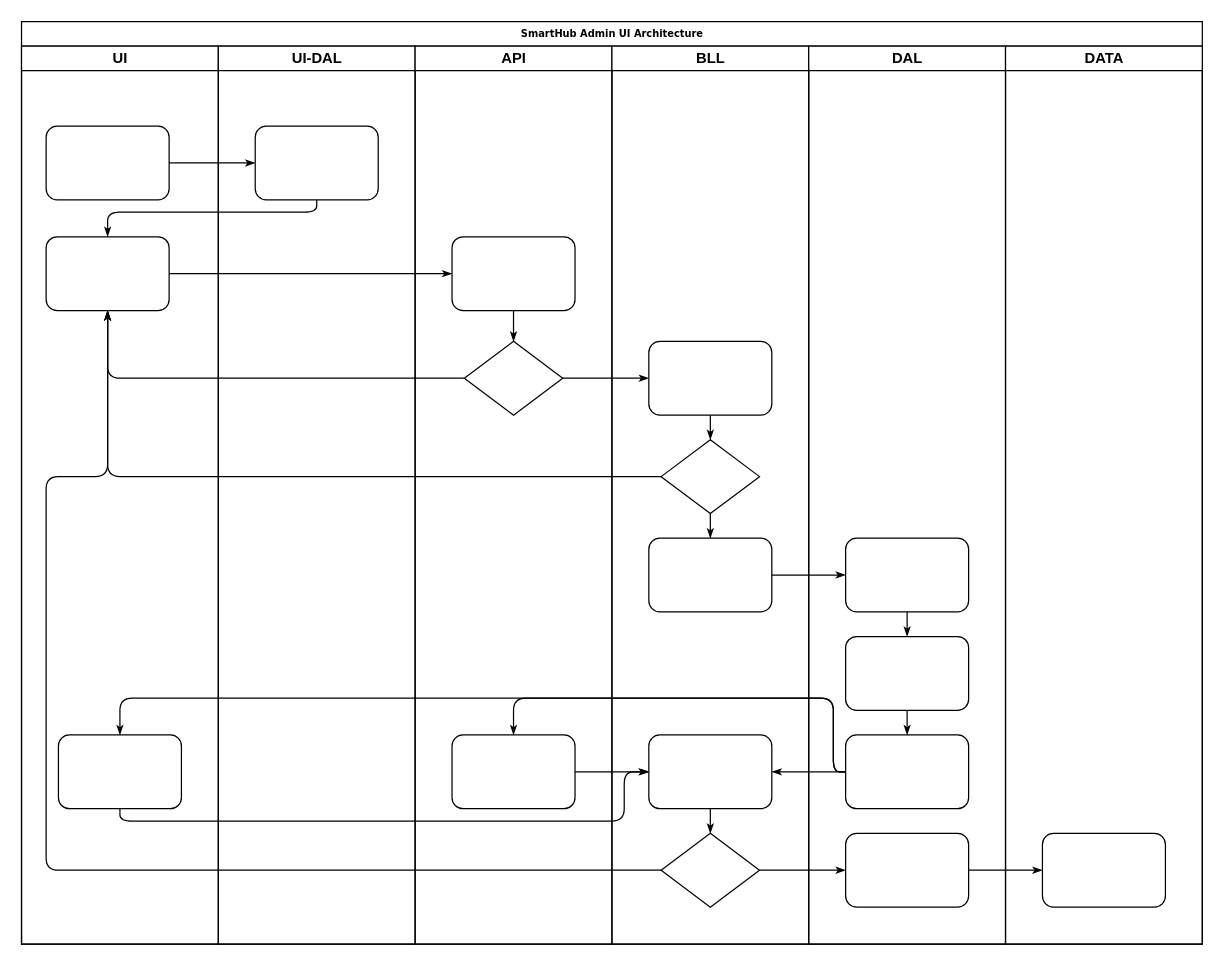
Earlier version of the draw.io diagram SHAdminUI-Architecture.drawio (Cyrolies/TigersFreightDocs). Source tidied: cells renumbered, new cells numbered last; positions are measured from the earlier drawing's top-left corner, leaving out a move shared by most shapes. Both pictures are drawn from the tidied source at 123%, with x=0, y=0 at pixel (21, 21).
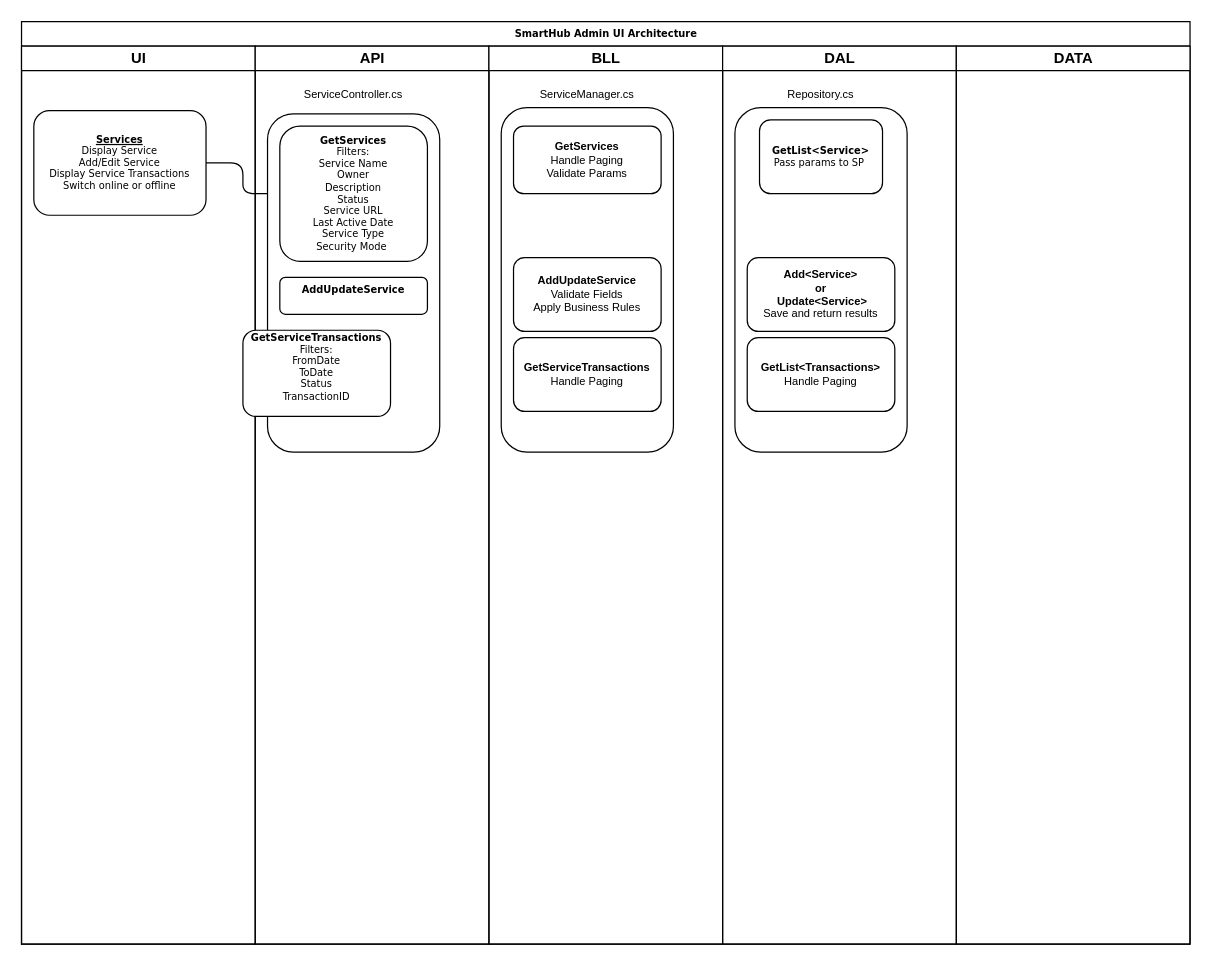
After the change.

What changed in the source:
```diff
@@
     <mxCell id="2" value="SmartHub Admin UI Architecture" style="swimlane;html=1;startSize=20;rounded=0;shadow=0;labelBackgroundColor=none;strokeColor=#000000;strokeWidth=1;fillColor=#ffffff;fontFamily=Verdana;fontSize=8;fontColor=#000000;align=center;" parent="1" vertex="1">
-      <mxGeometry width="960" height="750" as="geometry" />
+      <mxGeometry width="950" height="750" as="geometry" />
     </mxCell>
     <mxCell id="3" value="UI" style="swimlane;html=1;startSize=20;" parent="2" vertex="1">
-      <mxGeometry y="20" width="160" height="730" as="geometry" />
+      <mxGeometry y="20" width="190" height="730" as="geometry" />
     </mxCell>
-    <mxCell id="4" style="rounded=1;whiteSpace=wrap;html=1;shadow=0;labelBackgroundColor=none;strokeColor=#000000;strokeWidth=1;fillColor=#ffffff;fontFamily=Verdana;fontSize=8;fontColor=#000000;align=center;" parent="3" vertex="1">
-      <mxGeometry x="20" y="65" width="100" height="60" as="geometry" />
+    <mxCell id="4" value="&lt;b&gt;&lt;u&gt;Services&lt;/u&gt;&lt;/b&gt;&lt;br&gt;Display Service&lt;br&gt;Add/Edit Service&lt;br&gt;Display Service Transactions&lt;br&gt;Switch online or offline" style="rounded=1;whiteSpace=wrap;html=1;shadow=0;labelBackgroundColor=none;strokeColor=#000000;strokeWidth=1;fillColor=#ffffff;fontFamily=Verdana;fontSize=8;fontColor=#000000;align=center;" parent="3" vertex="1">
+      <mxGeometry x="10" y="52.5" width="140" height="85" as="geometry" />
     </mxCell>
-    <mxCell id="5" style="rounded=1;whiteSpace=wrap;html=1;shadow=0;labelBackgroundColor=none;strokeColor=#000000;strokeWidth=1;fillColor=#ffffff;fontFamily=Verdana;fontSize=8;fontColor=#000000;align=center;" parent="3" vertex="1">
-      <mxGeometry x="20" y="155" width="100" height="60" as="geometry" />
-    </mxCell>
-    <mxCell id="6" style="rounded=1;whiteSpace=wrap;html=1;shadow=0;labelBackgroundColor=none;strokeColor=#000000;strokeWidth=1;fillColor=#ffffff;fontFamily=Verdana;fontSize=8;fontColor=#000000;align=center;" parent="3" vertex="1">
-      <mxGeometry x="30" y="560" width="100" height="60" as="geometry" />
-    </mxCell>
@@
-    <mxCell id="8" style="edgeStyle=orthogonalEdgeStyle;rounded=1;html=1;labelBackgroundColor=none;startArrow=none;startFill=0;startSize=5;endArrow=classicThin;endFill=1;endSize=5;jettySize=auto;strokeColor=#000000;strokeWidth=1;fontFamily=Verdana;fontSize=8;fontColor=#000000;" parent="2" edge="1" source="23" target="5">
-      <mxGeometry relative="1" as="geometry">
-        <Array as="points">
-          <mxPoint x="240" y="155" />
-          <mxPoint x="70" y="155" />
-        </Array>
-      </mxGeometry>
-    </mxCell>
-    <mxCell id="9" style="edgeStyle=orthogonalEdgeStyle;rounded=1;html=1;labelBackgroundColor=none;startArrow=none;startFill=0;startSize=5;endArrow=classicThin;endFill=1;endSize=5;jettySize=auto;strokeColor=#000000;strokeWidth=1;fontFamily=Verdana;fontSize=8;fontColor=#000000;" parent="2" edge="1" source="5" target="25">
-      <mxGeometry relative="1" as="geometry" />
-    </mxCell>
-    <mxCell id="10" style="edgeStyle=orthogonalEdgeStyle;rounded=1;html=1;labelBackgroundColor=none;startArrow=none;startFill=0;startSize=5;endArrow=classicThin;endFill=1;endSize=5;jettySize=auto;strokeColor=#000000;strokeWidth=1;fontFamily=Verdana;fontSize=8;fontColor=#000000;" parent="2" edge="1" source="26" target="5">
-      <mxGeometry relative="1" as="geometry" />
-    </mxCell>
-    <mxCell id="11" style="edgeStyle=orthogonalEdgeStyle;rounded=1;html=1;labelBackgroundColor=none;startArrow=none;startFill=0;startSize=5;endArrow=classicThin;endFill=1;endSize=5;jettySize=auto;strokeColor=#000000;strokeWidth=1;fontFamily=Verdana;fontSize=8;fontColor=#000000;" parent="2" edge="1" source="31" target="5">
-      <mxGeometry relative="1" as="geometry" />
-    </mxCell>
-    <mxCell id="12" style="edgeStyle=orthogonalEdgeStyle;rounded=1;html=1;labelBackgroundColor=none;startArrow=none;startFill=0;startSize=5;endArrow=classicThin;endFill=1;endSize=5;jettySize=auto;strokeColor=#000000;strokeWidth=1;fontFamily=Verdana;fontSize=8;fontColor=#000000;" parent="2" edge="1" source="34" target="5">
-      <mxGeometry relative="1" as="geometry">
-        <Array as="points">
-          <mxPoint x="20" y="690" />
-          <mxPoint x="20" y="370" />
-          <mxPoint x="70" y="370" />
-        </Array>
-      </mxGeometry>
-    </mxCell>
-    <mxCell id="13" style="edgeStyle=orthogonalEdgeStyle;rounded=1;html=1;labelBackgroundColor=none;startArrow=none;startFill=0;startSize=5;endArrow=classicThin;endFill=1;endSize=5;jettySize=auto;strokeColor=#000000;strokeWidth=1;fontFamily=Verdana;fontSize=8;fontColor=#000000;" parent="2" edge="1" source="26" target="30">
-      <mxGeometry relative="1" as="geometry" />
-    </mxCell>
-    <mxCell id="14" style="edgeStyle=orthogonalEdgeStyle;rounded=1;html=1;labelBackgroundColor=none;startArrow=none;startFill=0;startSize=5;endArrow=classicThin;endFill=1;endSize=5;jettySize=auto;strokeColor=#000000;strokeWidth=1;fontFamily=Verdana;fontSize=8;fontColor=#000000;" parent="2" edge="1" source="34" target="42">
-      <mxGeometry relative="1" as="geometry" />
-    </mxCell>
-    <mxCell id="15" style="edgeStyle=orthogonalEdgeStyle;rounded=1;html=1;labelBackgroundColor=none;startArrow=none;startFill=0;startSize=5;endArrow=classicThin;endFill=1;endSize=5;jettySize=auto;strokeColor=#000000;strokeWidth=1;fontFamily=Verdana;fontSize=8;fontColor=#000000;" parent="2" edge="1" source="42" target="46">
-      <mxGeometry relative="1" as="geometry" />
-    </mxCell>
-    <mxCell id="16" style="edgeStyle=orthogonalEdgeStyle;rounded=1;html=1;labelBackgroundColor=none;startArrow=none;startFill=0;startSize=5;endArrow=classicThin;endFill=1;endSize=5;jettySize=auto;strokeColor=#000000;strokeWidth=1;fontFamily=Verdana;fontSize=8;fontColor=#000000;" parent="2" edge="1" source="32" target="39">
-      <mxGeometry relative="1" as="geometry" />
-    </mxCell>
-    <mxCell id="17" style="edgeStyle=orthogonalEdgeStyle;rounded=1;html=1;labelBackgroundColor=none;startArrow=none;startFill=0;startSize=5;endArrow=classicThin;endFill=1;endSize=5;jettySize=auto;strokeColor=#000000;strokeWidth=1;fontFamily=Verdana;fontSize=8;fontColor=#000000;" parent="2" edge="1" source="41" target="27">
-      <mxGeometry relative="1" as="geometry">
-        <Array as="points">
-          <mxPoint x="660" y="610" />
-          <mxPoint x="660" y="550" />
-          <mxPoint x="400" y="550" />
-        </Array>
-      </mxGeometry>
-    </mxCell>
-    <mxCell id="18" style="edgeStyle=orthogonalEdgeStyle;rounded=1;html=1;labelBackgroundColor=none;startArrow=none;startFill=0;startSize=5;endArrow=classicThin;endFill=1;endSize=5;jettySize=auto;strokeColor=#000000;strokeWidth=1;fontFamily=Verdana;fontSize=8;fontColor=#000000;" parent="2" edge="1" source="41" target="33">
-      <mxGeometry relative="1" as="geometry" />
-    </mxCell>
-    <mxCell id="19" style="edgeStyle=orthogonalEdgeStyle;rounded=1;html=1;labelBackgroundColor=none;startArrow=none;startFill=0;startSize=5;endArrow=classicThin;endFill=1;endSize=5;jettySize=auto;strokeColor=#000000;strokeWidth=1;fontFamily=Verdana;fontSize=8;fontColor=#000000;" parent="2" edge="1" source="41" target="6">
-      <mxGeometry relative="1" as="geometry">
-        <Array as="points">
-          <mxPoint x="660" y="610" />
-          <mxPoint x="660" y="550" />
-          <mxPoint x="80" y="550" />
-        </Array>
-      </mxGeometry>
-    </mxCell>
-    <mxCell id="20" style="edgeStyle=orthogonalEdgeStyle;rounded=1;html=1;labelBackgroundColor=none;startArrow=none;startFill=0;startSize=5;endArrow=classicThin;endFill=1;endSize=5;jettySize=auto;strokeColor=#000000;strokeWidth=1;fontFamily=Verdana;fontSize=8;fontColor=#000000;" parent="2" edge="1" source="6" target="33">
-      <mxGeometry relative="1" as="geometry">
-        <Array as="points">
-          <mxPoint x="80" y="650" />
-          <mxPoint x="490" y="650" />
-          <mxPoint x="490" y="610" />
-        </Array>
-      </mxGeometry>
-    </mxCell>
-    <mxCell id="21" style="edgeStyle=orthogonalEdgeStyle;rounded=1;html=1;labelBackgroundColor=none;startArrow=none;startFill=0;startSize=5;endArrow=classicThin;endFill=1;endSize=5;jettySize=auto;strokeColor=#000000;strokeWidth=1;fontFamily=Verdana;fontSize=8;fontColor=#000000;" parent="2" edge="1" source="27" target="33">
-      <mxGeometry relative="1" as="geometry" />
-    </mxCell>
-    <mxCell id="22" value="UI-DAL" style="swimlane;html=1;startSize=20;" parent="2" vertex="1">
-      <mxGeometry x="160" y="20" width="160" height="730" as="geometry" />
-    </mxCell>
+    <mxCell id="24" value="API" style="swimlane;html=1;startSize=20;" parent="2" vertex="1">
+      <mxGeometry x="190" y="20" width="190" height="730" as="geometry" />
+    </mxCell>
+    <mxCell id="47" style="rounded=1;whiteSpace=wrap;html=1;fontSize=9;align=center;" parent="24" vertex="1">
+      <mxGeometry x="10" y="55" width="140" height="275" as="geometry" />
+    </mxCell>
-    <mxCell id="23" style="rounded=1;whiteSpace=wrap;html=1;shadow=0;labelBackgroundColor=none;strokeColor=#000000;strokeWidth=1;fillColor=#ffffff;fontFamily=Verdana;fontSize=8;fontColor=#000000;align=center;" parent="22" vertex="1">
-      <mxGeometry x="30" y="65" width="100" height="60" as="geometry" />
+    <mxCell id="23" value="&lt;b&gt;GetServices&lt;br&gt;&lt;/b&gt;Filters:&lt;br&gt;Service Name&lt;br&gt;Owner&lt;br&gt;Description&lt;br&gt;Status&lt;br&gt;Service URL&lt;br&gt;Last Active Date&lt;br&gt;Service Type&lt;br&gt;Security Mode&amp;nbsp;" style="rounded=1;whiteSpace=wrap;html=1;shadow=0;labelBackgroundColor=none;strokeColor=#000000;strokeWidth=1;fillColor=#ffffff;fontFamily=Verdana;fontSize=8;fontColor=#000000;align=center;" parent="24" vertex="1">
+      <mxGeometry x="20" y="65" width="120" height="110" as="geometry" />
     </mxCell>
-    <mxCell id="24" value="API" style="swimlane;html=1;startSize=20;" parent="2" vertex="1">
-      <mxGeometry x="320" y="20" width="160" height="730" as="geometry" />
-    </mxCell>
-    <mxCell id="25" style="rounded=1;whiteSpace=wrap;html=1;shadow=0;labelBackgroundColor=none;strokeColor=#000000;strokeWidth=1;fillColor=#ffffff;fontFamily=Verdana;fontSize=8;fontColor=#000000;align=center;" parent="24" vertex="1">
-      <mxGeometry x="30" y="155" width="100" height="60" as="geometry" />
-    </mxCell>
-    <mxCell id="26" style="rhombus;whiteSpace=wrap;html=1;rounded=0;shadow=0;labelBackgroundColor=none;strokeColor=#000000;strokeWidth=1;fillColor=#ffffff;fontFamily=Verdana;fontSize=8;fontColor=#000000;align=center;" parent="24" vertex="1">
-      <mxGeometry x="40" y="240" width="80" height="60" as="geometry" />
-    </mxCell>
-    <mxCell id="27" style="rounded=1;whiteSpace=wrap;html=1;shadow=0;labelBackgroundColor=none;strokeColor=#000000;strokeWidth=1;fillColor=#ffffff;fontFamily=Verdana;fontSize=8;fontColor=#000000;align=center;" parent="24" vertex="1">
-      <mxGeometry x="30" y="560" width="100" height="60" as="geometry" />
-    </mxCell>
-    <mxCell id="28" style="edgeStyle=orthogonalEdgeStyle;rounded=1;html=1;labelBackgroundColor=none;startArrow=none;startFill=0;startSize=5;endArrow=classicThin;endFill=1;endSize=5;jettySize=auto;strokeColor=#000000;strokeWidth=1;fontFamily=Verdana;fontSize=8;fontColor=#000000;" parent="24" edge="1" source="25" target="26">
-      <mxGeometry relative="1" as="geometry" />
-    </mxCell>
+    <mxCell id="48" value="&lt;b&gt;AddUpdateService&lt;br&gt;&amp;nbsp;&lt;/b&gt;" style="rounded=1;whiteSpace=wrap;html=1;shadow=0;labelBackgroundColor=none;strokeColor=#000000;strokeWidth=1;fillColor=#ffffff;fontFamily=Verdana;fontSize=8;fontColor=#000000;align=center;verticalAlign=middle;" parent="24" vertex="1">
+      <mxGeometry x="20" y="188" width="120" height="30" as="geometry" />
+    </mxCell>
+    <mxCell id="49" value="ServiceController.cs" style="text;html=1;strokeColor=none;fillColor=none;align=center;verticalAlign=middle;whiteSpace=wrap;rounded=0;fontSize=9;" parent="24" vertex="1">
+      <mxGeometry x="60" y="30" width="40" height="20" as="geometry" />
+    </mxCell>
     <mxCell id="29" value="BLL" style="swimlane;html=1;startSize=20;" parent="2" vertex="1">
-      <mxGeometry x="480" y="20" width="160" height="730" as="geometry" />
+      <mxGeometry x="380" y="20" width="190" height="730" as="geometry" />
     </mxCell>
-    <mxCell id="30" style="rounded=1;whiteSpace=wrap;html=1;shadow=0;labelBackgroundColor=none;strokeColor=#000000;strokeWidth=1;fillColor=#ffffff;fontFamily=Verdana;fontSize=8;fontColor=#000000;align=center;" parent="29" vertex="1">
-      <mxGeometry x="30" y="240" width="100" height="60" as="geometry" />
-    </mxCell>
-    <mxCell id="31" style="rhombus;whiteSpace=wrap;html=1;rounded=0;shadow=0;labelBackgroundColor=none;strokeColor=#000000;strokeWidth=1;fillColor=#ffffff;fontFamily=Verdana;fontSize=8;fontColor=#000000;align=center;" parent="29" vertex="1">
-      <mxGeometry x="40" y="320" width="80" height="60" as="geometry" />
-    </mxCell>
-    <mxCell id="32" style="rounded=1;whiteSpace=wrap;html=1;shadow=0;labelBackgroundColor=none;strokeColor=#000000;strokeWidth=1;fillColor=#ffffff;fontFamily=Verdana;fontSize=8;fontColor=#000000;align=center;" parent="29" vertex="1">
-      <mxGeometry x="30" y="400" width="100" height="60" as="geometry" />
-    </mxCell>
-    <mxCell id="33" style="rounded=1;whiteSpace=wrap;html=1;shadow=0;labelBackgroundColor=none;strokeColor=#000000;strokeWidth=1;fillColor=#ffffff;fontFamily=Verdana;fontSize=8;fontColor=#000000;align=center;" parent="29" vertex="1">
-      <mxGeometry x="30" y="560" width="100" height="60" as="geometry" />
-    </mxCell>
-    <mxCell id="34" style="rhombus;whiteSpace=wrap;html=1;rounded=0;shadow=0;labelBackgroundColor=none;strokeColor=#000000;strokeWidth=1;fillColor=#ffffff;fontFamily=Verdana;fontSize=8;fontColor=#000000;align=center;" parent="29" vertex="1">
-      <mxGeometry x="40" y="640" width="80" height="60" as="geometry" />
-    </mxCell>
-    <mxCell id="35" style="edgeStyle=orthogonalEdgeStyle;rounded=1;html=1;labelBackgroundColor=none;startArrow=none;startFill=0;startSize=5;endArrow=classicThin;endFill=1;endSize=5;jettySize=auto;strokeColor=#000000;strokeWidth=1;fontFamily=Verdana;fontSize=8;fontColor=#000000;" parent="29" edge="1" source="30" target="31">
-      <mxGeometry relative="1" as="geometry" />
-    </mxCell>
-    <mxCell id="36" style="edgeStyle=orthogonalEdgeStyle;rounded=1;html=1;labelBackgroundColor=none;startArrow=none;startFill=0;startSize=5;endArrow=classicThin;endFill=1;endSize=5;jettySize=auto;strokeColor=#000000;strokeWidth=1;fontFamily=Verdana;fontSize=8;fontColor=#000000;" parent="29" edge="1" source="31" target="32">
-      <mxGeometry relative="1" as="geometry" />
-    </mxCell>
-    <mxCell id="37" style="edgeStyle=orthogonalEdgeStyle;rounded=1;html=1;labelBackgroundColor=none;startArrow=none;startFill=0;startSize=5;endArrow=classicThin;endFill=1;endSize=5;jettySize=auto;strokeColor=#000000;strokeWidth=1;fontFamily=Verdana;fontSize=8;fontColor=#000000;" parent="29" edge="1" source="33" target="34">
-      <mxGeometry relative="1" as="geometry" />
-    </mxCell>
+    <mxCell id="50" style="rounded=1;whiteSpace=wrap;html=1;shadow=0;labelBackgroundColor=none;strokeColor=#000000;strokeWidth=1;fillColor=#ffffff;fontFamily=Verdana;fontSize=8;fontColor=#000000;align=center;" parent="29" vertex="1">
+      <mxGeometry x="10" y="50" width="140" height="280" as="geometry" />
+    </mxCell>
+    <mxCell id="51" value="ServiceManager.cs" style="text;html=1;strokeColor=none;fillColor=none;align=center;verticalAlign=middle;whiteSpace=wrap;rounded=0;fontSize=9;" parent="29" vertex="1">
+      <mxGeometry x="60" y="30" width="40" height="20" as="geometry" />
+    </mxCell>
+    <mxCell id="52" value="&lt;b&gt;GetServices&lt;/b&gt;&lt;br&gt;Handle Paging&lt;br&gt;Validate Params" style="rounded=1;whiteSpace=wrap;html=1;fontSize=9;align=center;" parent="29" vertex="1">
+      <mxGeometry x="20" y="65" width="120" height="55" as="geometry" />
+    </mxCell>
+    <mxCell id="53" value="&lt;b&gt;AddUpdateService&lt;/b&gt;&lt;br&gt;Validate Fields&lt;br&gt;Apply Business Rules" style="rounded=1;whiteSpace=wrap;html=1;fontSize=9;align=center;" parent="29" vertex="1">
+      <mxGeometry x="20" y="172" width="120" height="60" as="geometry" />
+    </mxCell>
+    <mxCell id="54" value="&lt;b&gt;GetServiceTransactions&lt;/b&gt;&lt;br&gt;Handle Paging" style="rounded=1;whiteSpace=wrap;html=1;fontSize=9;align=center;" parent="29" vertex="1">
+      <mxGeometry x="20" y="237" width="120" height="60" as="geometry" />
+    </mxCell>
     <mxCell id="38" value="DAL" style="swimlane;html=1;startSize=20;" parent="2" vertex="1">
-      <mxGeometry x="640" y="20" width="160" height="730" as="geometry" />
+      <mxGeometry x="570" y="20" width="190" height="730" as="geometry" />
     </mxCell>
-    <mxCell id="39" style="rounded=1;whiteSpace=wrap;html=1;shadow=0;labelBackgroundColor=none;strokeColor=#000000;strokeWidth=1;fillColor=#ffffff;fontFamily=Verdana;fontSize=8;fontColor=#000000;align=center;" parent="38" vertex="1">
-      <mxGeometry x="30" y="400" width="100" height="60" as="geometry" />
-    </mxCell>
-    <mxCell id="40" style="rounded=1;whiteSpace=wrap;html=1;shadow=0;labelBackgroundColor=none;strokeColor=#000000;strokeWidth=1;fillColor=#ffffff;fontFamily=Verdana;fontSize=8;fontColor=#000000;align=center;" parent="38" vertex="1">
-      <mxGeometry x="30" y="480" width="100" height="60" as="geometry" />
-    </mxCell>
-    <mxCell id="41" style="rounded=1;whiteSpace=wrap;html=1;shadow=0;labelBackgroundColor=none;strokeColor=#000000;strokeWidth=1;fillColor=#ffffff;fontFamily=Verdana;fontSize=8;fontColor=#000000;align=center;" parent="38" vertex="1">
-      <mxGeometry x="30" y="560" width="100" height="60" as="geometry" />
-    </mxCell>
-    <mxCell id="42" style="rounded=1;whiteSpace=wrap;html=1;shadow=0;labelBackgroundColor=none;strokeColor=#000000;strokeWidth=1;fillColor=#ffffff;fontFamily=Verdana;fontSize=8;fontColor=#000000;align=center;" parent="38" vertex="1">
-      <mxGeometry x="30" y="640" width="100" height="60" as="geometry" />
-    </mxCell>
-    <mxCell id="43" style="edgeStyle=orthogonalEdgeStyle;rounded=1;html=1;labelBackgroundColor=none;startArrow=none;startFill=0;startSize=5;endArrow=classicThin;endFill=1;endSize=5;jettySize=auto;strokeColor=#000000;strokeWidth=1;fontFamily=Verdana;fontSize=8;fontColor=#000000;" parent="38" edge="1" source="39" target="40">
-      <mxGeometry relative="1" as="geometry" />
-    </mxCell>
-    <mxCell id="44" style="edgeStyle=orthogonalEdgeStyle;rounded=1;html=1;labelBackgroundColor=none;startArrow=none;startFill=0;startSize=5;endArrow=classicThin;endFill=1;endSize=5;jettySize=auto;strokeColor=#000000;strokeWidth=1;fontFamily=Verdana;fontSize=8;fontColor=#000000;" parent="38" edge="1" source="40" target="41">
-      <mxGeometry relative="1" as="geometry" />
-    </mxCell>
+    <mxCell id="55" style="rounded=1;whiteSpace=wrap;html=1;fontSize=9;align=center;" parent="38" vertex="1">
+      <mxGeometry x="10" y="50" width="140" height="280" as="geometry" />
+    </mxCell>
+    <mxCell id="56" value="&lt;b&gt;GetList&amp;lt;Service&amp;gt;&lt;br&gt;&lt;/b&gt;Pass params to SP&amp;nbsp;" style="rounded=1;whiteSpace=wrap;html=1;shadow=0;labelBackgroundColor=none;strokeColor=#000000;strokeWidth=1;fillColor=#ffffff;fontFamily=Verdana;fontSize=8;fontColor=#000000;align=center;" parent="38" vertex="1">
+      <mxGeometry x="30" y="60" width="100" height="60" as="geometry" />
+    </mxCell>
+    <mxCell id="57" value="&lt;b&gt;Add&amp;lt;Service&amp;gt; &lt;br&gt;or&lt;br&gt;&amp;nbsp;Update&amp;lt;Service&amp;gt;&lt;/b&gt;&lt;br&gt;Save and return results" style="rounded=1;whiteSpace=wrap;html=1;fontSize=9;align=center;" parent="38" vertex="1">
+      <mxGeometry x="20" y="172" width="120" height="60" as="geometry" />
+    </mxCell>
+    <mxCell id="58" value="&lt;b&gt;GetList&amp;lt;Transactions&amp;gt;&lt;/b&gt;&lt;br&gt;Handle Paging" style="rounded=1;whiteSpace=wrap;html=1;fontSize=9;align=center;" parent="38" vertex="1">
+      <mxGeometry x="20" y="237" width="120" height="60" as="geometry" />
+    </mxCell>
+    <mxCell id="59" value="Repository.cs" style="text;html=1;strokeColor=none;fillColor=none;align=center;verticalAlign=middle;whiteSpace=wrap;rounded=0;fontSize=9;" parent="38" vertex="1">
+      <mxGeometry x="60" y="30" width="40" height="20" as="geometry" />
+    </mxCell>
     <mxCell id="45" value="DATA" style="swimlane;html=1;startSize=20;" parent="2" vertex="1">
-      <mxGeometry x="800" y="20" width="160" height="730" as="geometry" />
+      <mxGeometry x="760" y="20" width="190" height="730" as="geometry" />
     </mxCell>
-    <mxCell id="46" style="rounded=1;whiteSpace=wrap;html=1;shadow=0;labelBackgroundColor=none;strokeColor=#000000;strokeWidth=1;fillColor=#ffffff;fontFamily=Verdana;fontSize=8;fontColor=#000000;align=center;" parent="45" vertex="1">
-      <mxGeometry x="30" y="640" width="100" height="60" as="geometry" />
-    </mxCell>
+    <mxCell id="60" value="&lt;b&gt;GetServiceTransactions&lt;/b&gt;&lt;br&gt;Filters:&lt;br&gt;FromDate&lt;br&gt;ToDate&lt;br&gt;Status&lt;br&gt;TransactionID&lt;br&gt;&amp;nbsp;" style="rounded=1;whiteSpace=wrap;html=1;shadow=0;labelBackgroundColor=none;strokeColor=#000000;strokeWidth=1;fillColor=#ffffff;fontFamily=Verdana;fontSize=8;fontColor=#000000;align=center;verticalAlign=middle;" parent="1" vertex="1">
+      <mxGeometry x="180" y="251" width="120" height="70" as="geometry" />
+    </mxCell>
```
